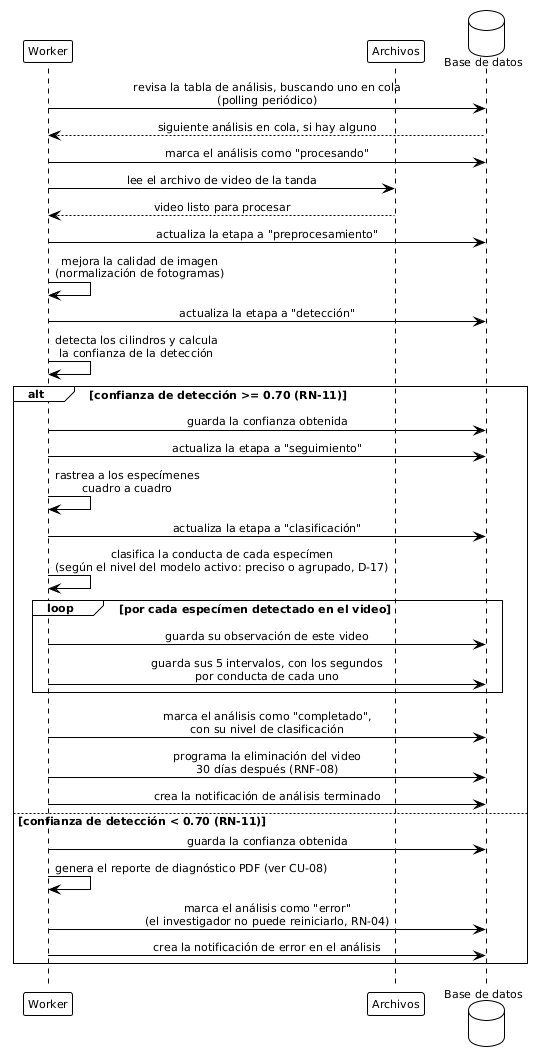
This is figures/mermaid/seq_analisis_automatico.png from ErickJester/fst-ai-system-latex, a PlantUML export, as it was before one commit.
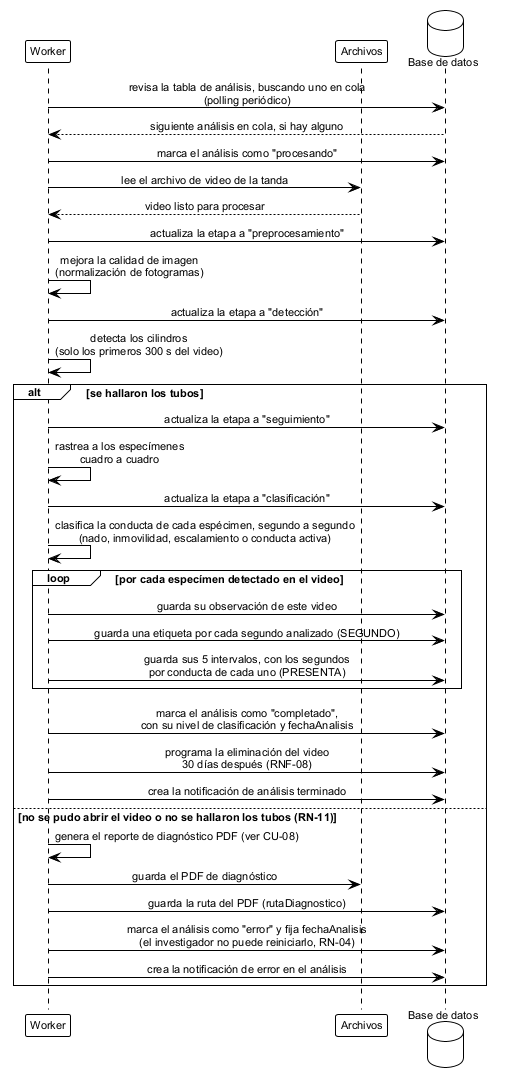
The same file after the commit.

What changed in the source:
```diff
@@ -1,4 +1,4 @@
-@startuml
+@startuml seq_analisis_automatico
 
 !theme plain
 skinparam defaultFontName Arial
@@ -22,29 +22,30 @@
 w -> w: mejora la calidad de imagen\n(normalización de fotogramas)
 
 w -> db: actualiza la etapa a "detección"
-w -> w: detecta los cilindros y calcula\nla confianza de la detección
+w -> w: detecta los cilindros\n(solo los primeros 300 s del video)
 
-alt confianza de detección >= 0.70 (RN-11)
-  w -> db: guarda la confianza obtenida
-
+alt se hallaron los tubos
   w -> db: actualiza la etapa a "seguimiento"
   w -> w: rastrea a los especímenes\ncuadro a cuadro
 
   w -> db: actualiza la etapa a "clasificación"
-  w -> w: clasifica la conducta de cada especímen\n(según el nivel del modelo activo: preciso o agrupado, D-17)
+  w -> w: clasifica la conducta de cada espécimen, segundo a segundo\n(nado, inmovilidad, escalamiento o conducta activa)
 
   loop por cada especímen detectado en el video
     w -> db: guarda su observación de este video
-    w -> db: guarda sus 5 intervalos, con los segundos\npor conducta de cada uno
+    w -> db: guarda una etiqueta por cada segundo analizado (SEGUNDO)
+    w -> db: guarda sus 5 intervalos, con los segundos\npor conducta de cada uno (PRESENTA)
   end
 
-  w -> db: marca el análisis como "completado",\ncon su nivel de clasificación
+  w -> db: marca el análisis como "completado",\ncon su nivel de clasificación y fechaAnalisis
   w -> db: programa la eliminación del video\n30 días después (RNF-08)
   w -> db: crea la notificación de análisis terminado
-else confianza de detección < 0.70 (RN-11)
-  w -> db: guarda la confianza obtenida
+else no se pudo abrir el video o no se hallaron los tubos (RN-11)
   w -> w: genera el reporte de diagnóstico PDF (ver CU-08)
-  w -> db: marca el análisis como "error"\n(el investigador no puede reiniciarlo, RN-04)
+  w -> fs: guarda el PDF de diagnóstico
+  w -> db: guarda la ruta del PDF (rutaDiagnostico)
+  w -> db: marca el análisis como "error" y fija fechaAnalisis\n(el investigador no puede reiniciarlo, RN-04)
   w -> db: crea la notificación de error en el análisis
 end
+
 @enduml
```
